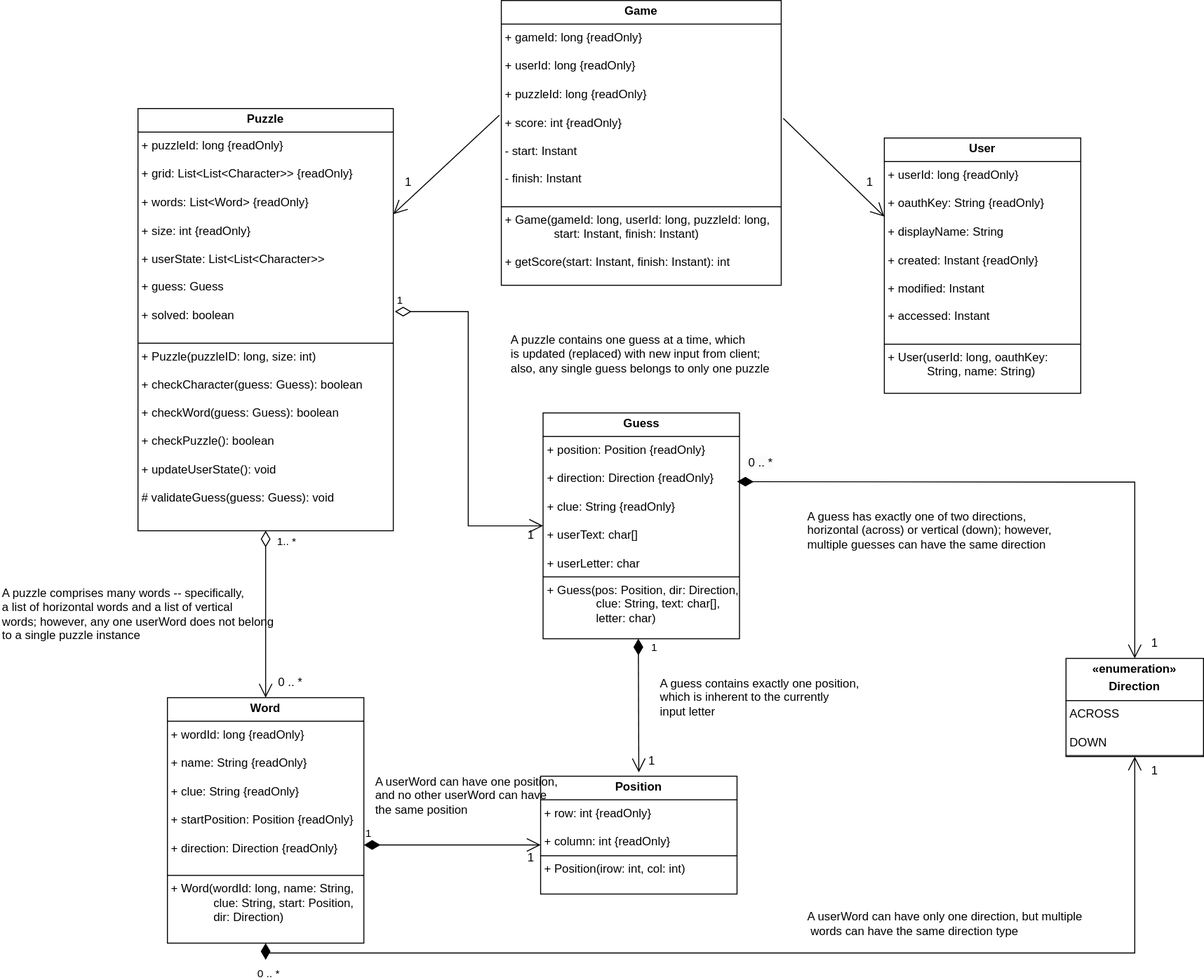
Earlier version of the draw.io export docs/img/CrossFyre-UML-SVG.svg (ddc-java-21/crossfyre). Source tidied: cells renumbered, new cells last; positions are measured from the earlier drawing's top-left corner, leaving out a move shared by most shapes.
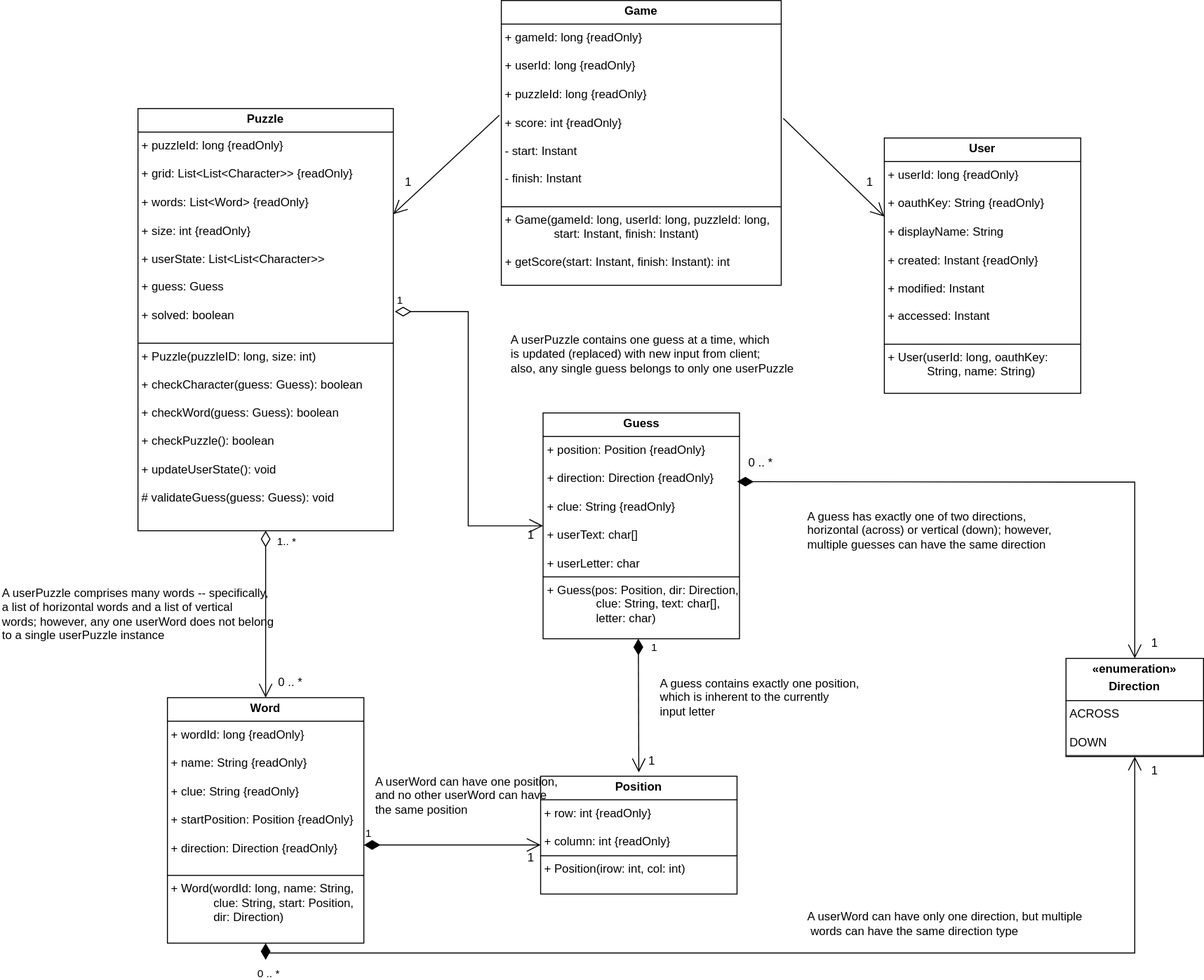
Above is the later version.

The edit, as a diff of the source:
```diff
@@ -57,10 +57,10 @@
     <mxCell id="18" value="0 .. *" style="text;html=1;align=center;verticalAlign=middle;strokeColor=none;fillColor=none;" parent="1" vertex="1">
       <mxGeometry x="270" y="680" width="50" height="30" as="geometry" />
     </mxCell>
-    <mxCell id="19" value="A puzzle comprises many words -- specifically,&lt;div&gt;a list of horizontal words and a list of vertical&lt;/div&gt;&lt;div&gt;words; however, any one userWord does not belong&lt;/div&gt;&lt;div&gt;to a single puzzle instance&lt;/div&gt;" style="text;html=1;align=left;verticalAlign=middle;strokeColor=none;fillColor=none;" parent="1" vertex="1">
+    <mxCell id="19" value="A userPuzzle comprises many words -- specifically,&lt;div&gt;a list of horizontal words and a list of vertical&lt;/div&gt;&lt;div&gt;words; however, any one userWord does not belong&lt;/div&gt;&lt;div&gt;to a single userPuzzle instance&lt;/div&gt;" style="text;html=1;align=left;verticalAlign=middle;strokeColor=none;fillColor=none;" parent="1" vertex="1">
       <mxGeometry y="590" width="270" height="70" as="geometry" />
     </mxCell>
-    <mxCell id="20" value="A puzzle contains one guess at a time, which&lt;div&gt;is updated (replaced) with new input from client;&amp;nbsp;&lt;/div&gt;&lt;div&gt;also, any single guess belongs to only one puzzle&lt;/div&gt;" style="text;html=1;align=left;verticalAlign=middle;strokeColor=none;fillColor=none;" parent="1" vertex="1">
+    <mxCell id="20" value="A userPuzzle contains one guess at a time, which&lt;div&gt;is updated (replaced) with new input from client;&amp;nbsp;&lt;/div&gt;&lt;div&gt;also, any single guess belongs to only one userPuzzle&lt;/div&gt;" style="text;html=1;align=left;verticalAlign=middle;strokeColor=none;fillColor=none;" parent="1" vertex="1">
       <mxGeometry x="517.5" y="330" width="290" height="60" as="geometry" />
     </mxCell>
     <mxCell id="21" value="1" style="endArrow=open;html=1;endSize=12;startArrow=diamondThin;startSize=14;startFill=1;edgeStyle=orthogonalEdgeStyle;align=left;verticalAlign=bottom;rounded=0;" parent="1" edge="1">
```
